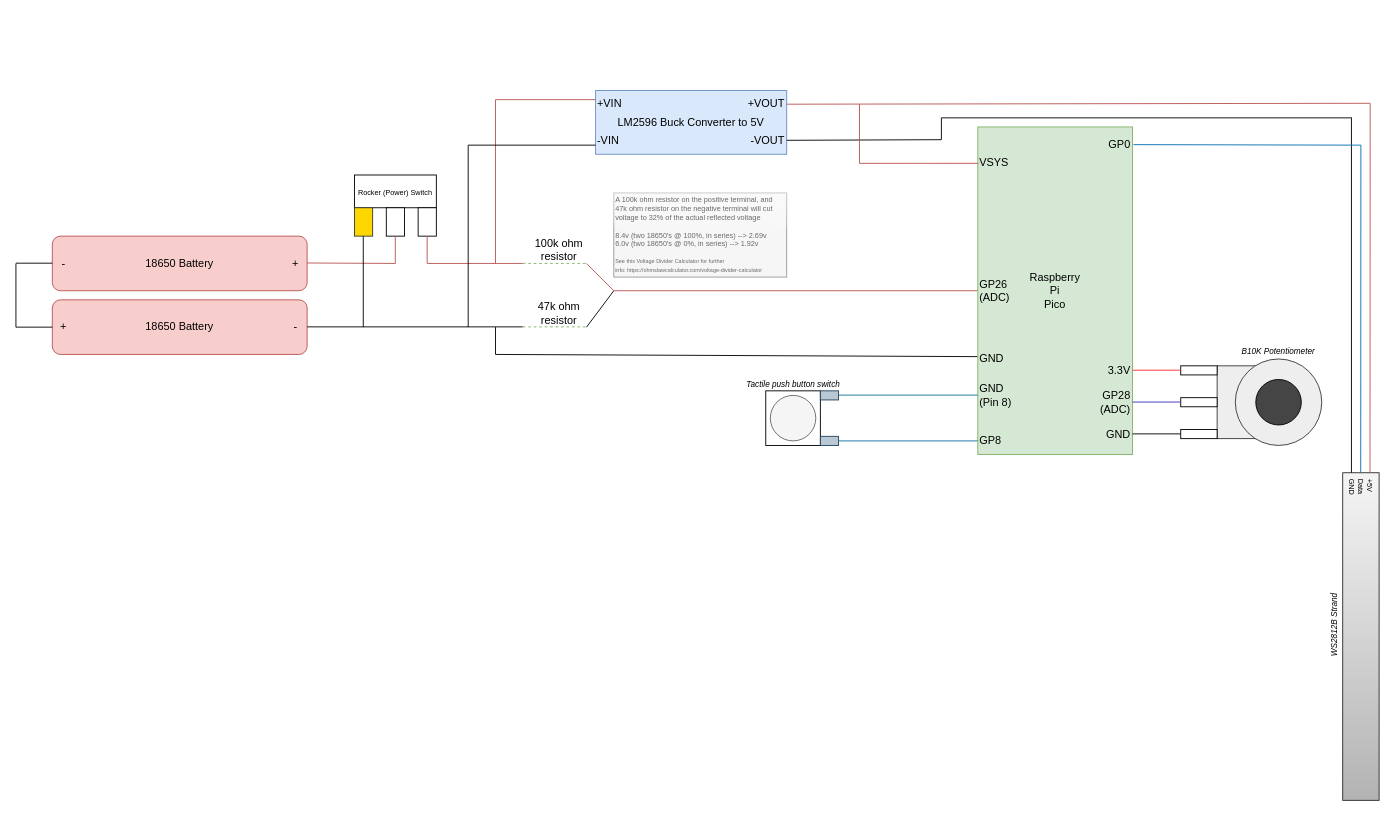
This is schematic.drawio from TimHanewich/under-cabinet-lighting, a draw.io file, before an edit. Source tidied: cells renumbered, new cells numbered last; positions are measured from the earlier drawing's top-left corner, leaving out a move shared by most shapes. Both pictures are drawn from the tidied source at 91%, with x=0, y=0 at pixel (15, 90).
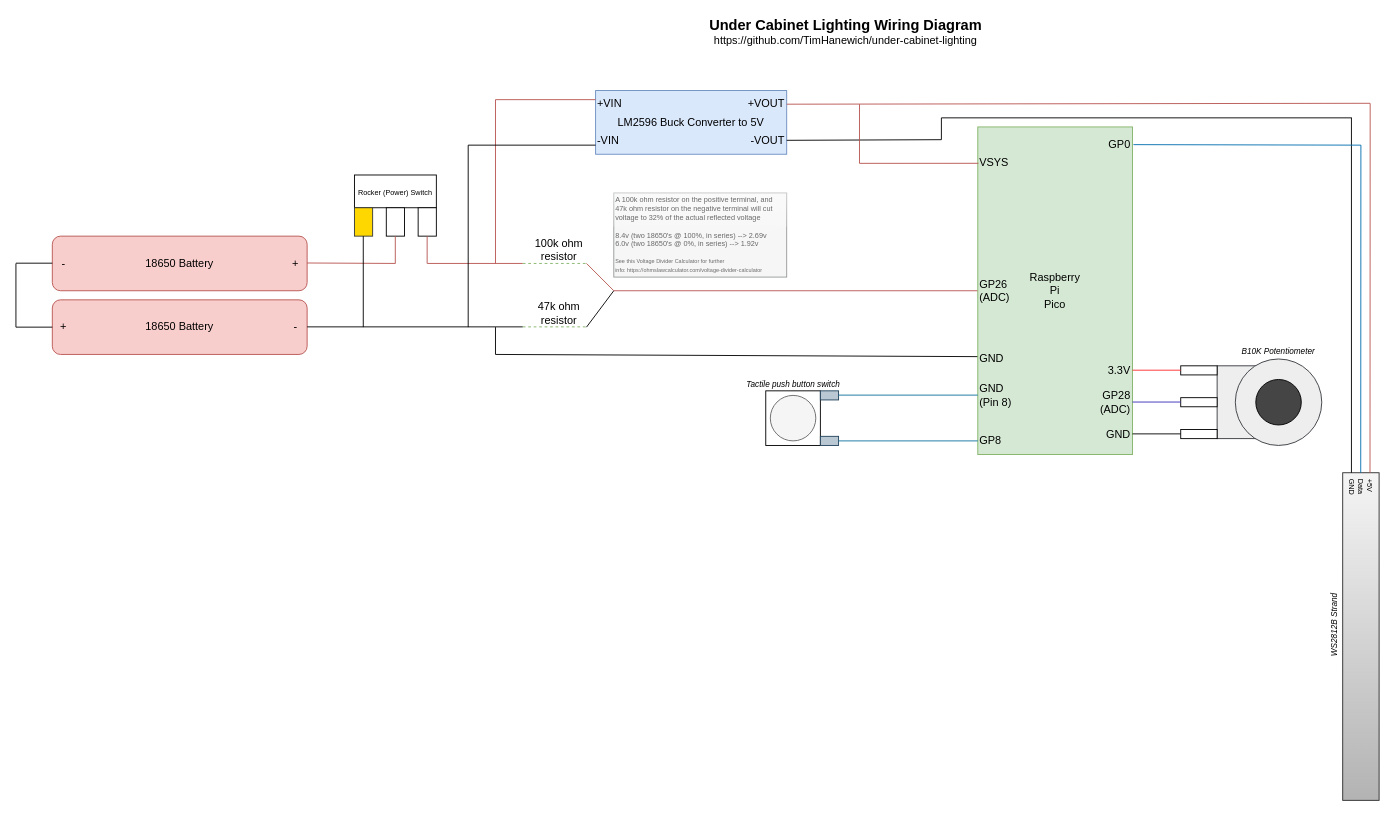
The same page after the edit.

Commit message (it also covers changes not shown here):
Added wiring diagram

Diff of the diagram source:
```diff
@@
+    <mxCell id="82" value="&lt;b&gt;&lt;font style=&quot;font-size: 16px;&quot;&gt;Under Cabinet Lighting Wiring Diagram&lt;/font&gt;&lt;/b&gt;&lt;div&gt;https://github.com/TimHanewich/under-cabinet-lighting&lt;br&gt;&lt;/div&gt;" style="text;html=1;align=center;verticalAlign=middle;whiteSpace=wrap;rounded=0;" parent="1" vertex="1">
+      <mxGeometry x="737" y="-80" width="350" height="30" as="geometry" />
+    </mxCell>
```
